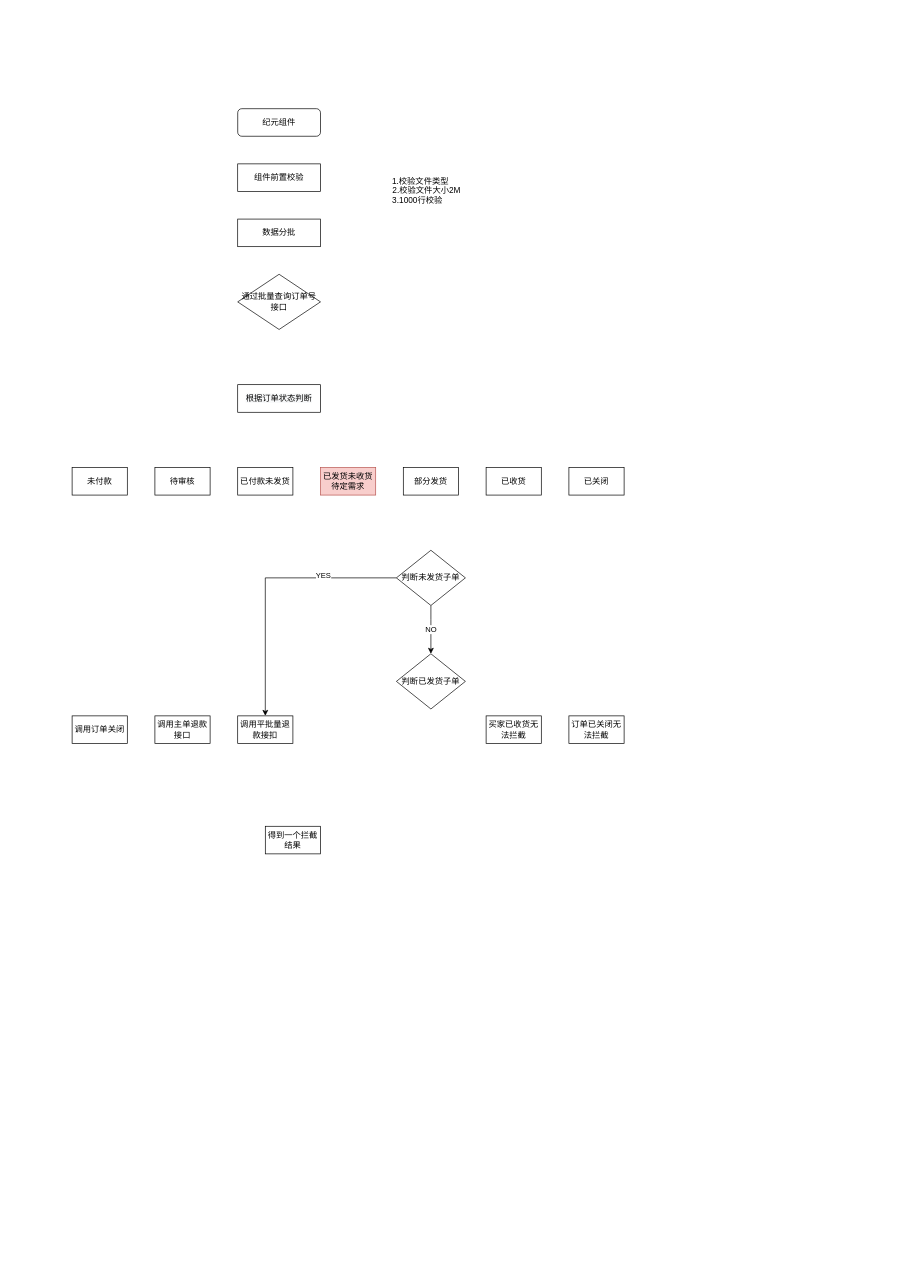
FocusZhouGD/drawprogram keeps this draw.io diagram as OMS订单导入拦截下载.drawio. Above is the earlier version. Source tidied: cells renumbered, new cells numbered last; positions are measured from the earlier drawing's top-left corner, leaving out a move shared by most shapes. Both pictures are drawn from the tidied source at 69%, with x=0, y=0 at pixel (72, 108).
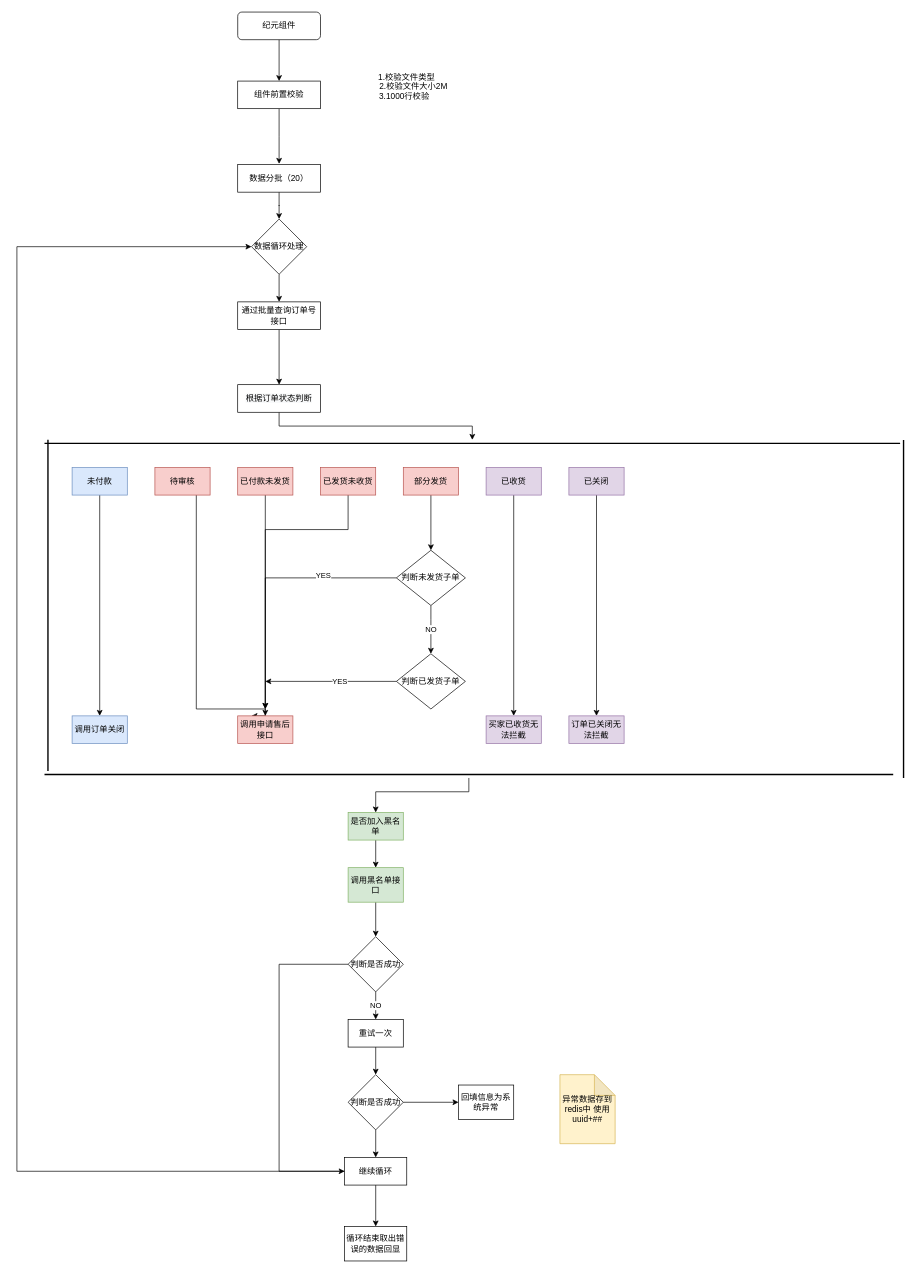
After the change.

Commit message:
Update OMS订单导入拦截下载.drawio

Unchanged cells that the change refers to:
```xml
<mxCell id="9" value="&#10;&#10;&lt;span style=&quot;color: rgb(0, 0, 0); font-family: helvetica; font-size: 12px; font-style: normal; font-weight: 400; letter-spacing: normal; text-align: center; text-indent: 0px; text-transform: none; word-spacing: 0px; background-color: rgb(248, 249, 250); display: inline; float: none;&quot;&gt;根据订单状态判断&lt;/span&gt;&#10;&#10;" style="rounded=0;whiteSpace=wrap;html=1;" parent="1" vertex="1">
  <mxGeometry x="240" y="400" width="120" height="40" as="geometry" />
</mxCell>
<mxCell id="18" value="判断未发货子单" style="rhombus;whiteSpace=wrap;html=1;" parent="1" vertex="1">
  <mxGeometry x="470" y="640" width="100" height="80" as="geometry" />
</mxCell>
<mxCell id="19" value="判断已发货子单" style="rhombus;whiteSpace=wrap;html=1;" parent="1" vertex="1">
  <mxGeometry x="470" y="790" width="100" height="80" as="geometry" />
</mxCell>
```

The edit, as a diff of the source:
```diff
@@
+    <mxCell id="27" style="edgeStyle=orthogonalEdgeStyle;rounded=0;jettySize=auto;html=1;entryX=0.5;entryY=0;entryDx=0;entryDy=0;" parent="1" edge="1" source="2" target="3">
+      <mxGeometry relative="1" as="geometry" />
+    </mxCell>
     <mxCell id="2" value="纪元组件" style="rounded=1;whiteSpace=wrap;html=1;" parent="1" vertex="1">
-      <mxGeometry x="240" width="120" height="40" as="geometry" />
+      <mxGeometry x="240" y="-140" width="120" height="40" as="geometry" />
     </mxCell>
+    <mxCell id="28" style="edgeStyle=orthogonalEdgeStyle;rounded=0;jettySize=auto;html=1;" parent="1" edge="1" source="3">
+      <mxGeometry relative="1" as="geometry">
+        <mxPoint x="300" y="80" as="targetPoint" />
+      </mxGeometry>
+    </mxCell>
     <mxCell id="3" value="组件前置校验" style="rounded=0;whiteSpace=wrap;html=1;" parent="1" vertex="1">
-      <mxGeometry x="240" y="80" width="120" height="40" as="geometry" />
+      <mxGeometry x="240" y="-40" width="120" height="40" as="geometry" />
     </mxCell>
     <mxCell id="4" value="1.校验文件类型" style="text;html=1;strokeColor=none;fillColor=none;align=center;verticalAlign=middle;whiteSpace=wrap;rounded=0;" parent="1" vertex="1">
-      <mxGeometry x="410" y="81" width="190" height="50" as="geometry" />
+      <mxGeometry x="390" y="-70" width="190" height="50" as="geometry" />
     </mxCell>
     <mxCell id="5" value="2.校验文件大小2M&lt;br&gt;3.1000行校验&amp;nbsp; &amp;nbsp; &amp;nbsp; &amp;nbsp;&amp;nbsp;" style="text;html=1;strokeColor=none;fillColor=none;align=center;verticalAlign=middle;whiteSpace=wrap;rounded=0;" parent="1" vertex="1">
-      <mxGeometry x="419" y="100" width="190" height="50" as="geometry" />
+      <mxGeometry x="400" y="-50" width="190" height="50" as="geometry" />
     </mxCell>
-    <mxCell id="6" value="通过批量查询订单号接口" style="rhombus;whiteSpace=wrap;html=1;" parent="1" vertex="1">
-      <mxGeometry x="240" y="240" width="120" height="80" as="geometry" />
-    </mxCell>
+    <mxCell id="29" style="edgeStyle=orthogonalEdgeStyle;rounded=0;jettySize=auto;html=1;entryX=0.5;entryY=0;entryDx=0;entryDy=0;" parent="1" edge="1" source="7" target="59">
+      <mxGeometry relative="1" as="geometry" />
+    </mxCell>
-    <mxCell id="7" value="数据分批" style="rounded=0;whiteSpace=wrap;html=1;" parent="1" vertex="1">
-      <mxGeometry x="240" y="160" width="120" height="40" as="geometry" />
+    <mxCell id="7" value="数据分批（20）" style="rounded=0;whiteSpace=wrap;html=1;" parent="1" vertex="1">
+      <mxGeometry x="240" y="81" width="120" height="40" as="geometry" />
     </mxCell>
+    <mxCell id="30" style="edgeStyle=orthogonalEdgeStyle;rounded=0;jettySize=auto;html=1;entryX=0.5;entryY=0;entryDx=0;entryDy=0;" parent="1" edge="1" source="8" target="21">
+      <mxGeometry relative="1" as="geometry" />
+    </mxCell>
-    <mxCell id="8" value="未付款" style="rounded=0;whiteSpace=wrap;html=1;" parent="1" vertex="1">
+    <mxCell id="8" value="未付款" style="rounded=0;whiteSpace=wrap;html=1;fillColor=#dae8fc;strokeColor=#6c8ebf;" parent="1" vertex="1">
       <mxGeometry y="520" width="80" height="40" as="geometry" />
     </mxCell>
+    <mxCell id="31" style="edgeStyle=orthogonalEdgeStyle;rounded=0;jettySize=auto;html=1;" parent="1" edge="1" source="9" target="48">
+      <mxGeometry relative="1" as="geometry" />
+    </mxCell>
@@
+    <mxCell id="32" style="edgeStyle=orthogonalEdgeStyle;rounded=0;jettySize=auto;html=1;entryX=0.25;entryY=0;entryDx=0;entryDy=0;" parent="1" edge="1" source="10" target="23">
+      <mxGeometry relative="1" as="geometry">
+        <Array as="points">
+          <mxPoint x="180" y="870" />
+          <mxPoint x="280" y="870" />
+          <mxPoint x="280" y="880" />
+        </Array>
+      </mxGeometry>
+    </mxCell>
-    <mxCell id="10" value="待审核" style="rounded=0;whiteSpace=wrap;html=1;" parent="1" vertex="1">
+    <mxCell id="10" value="待审核" style="rounded=0;whiteSpace=wrap;html=1;fillColor=#f8cecc;strokeColor=#b85450;" parent="1" vertex="1">
       <mxGeometry x="120" y="520" width="80" height="40" as="geometry" />
     </mxCell>
+    <mxCell id="33" style="edgeStyle=orthogonalEdgeStyle;rounded=0;jettySize=auto;html=1;" parent="1" edge="1" source="11">
+      <mxGeometry relative="1" as="geometry">
+        <mxPoint x="280" y="870" as="targetPoint" />
+      </mxGeometry>
+    </mxCell>
-    <mxCell id="11" value="已付款未发货" style="rounded=0;whiteSpace=wrap;html=1;" parent="1" vertex="1">
+    <mxCell id="11" value="已付款未发货" style="rounded=0;whiteSpace=wrap;html=1;fillColor=#f8cecc;strokeColor=#b85450;" parent="1" vertex="1">
       <mxGeometry x="240" y="520" width="80" height="40" as="geometry" />
     </mxCell>
+    <mxCell id="34" style="edgeStyle=orthogonalEdgeStyle;rounded=0;jettySize=auto;html=1;" parent="1" edge="1" source="12">
+      <mxGeometry relative="1" as="geometry">
+        <mxPoint x="280" y="870" as="targetPoint" />
+        <Array as="points">
+          <mxPoint x="400" y="610" />
+          <mxPoint x="280" y="610" />
+        </Array>
+      </mxGeometry>
+    </mxCell>
-    <mxCell id="12" value="已发货未收货&lt;br&gt;待定需求" style="rounded=0;whiteSpace=wrap;html=1;fillColor=#f8cecc;strokeColor=#b85450;" parent="1" vertex="1">
+    <mxCell id="12" value="已发货未收货&lt;br&gt;" style="rounded=0;whiteSpace=wrap;html=1;fillColor=#f8cecc;strokeColor=#b85450;" parent="1" vertex="1">
       <mxGeometry x="360" y="520" width="80" height="40" as="geometry" />
     </mxCell>
+    <mxCell id="35" style="edgeStyle=orthogonalEdgeStyle;rounded=0;jettySize=auto;html=1;entryX=0.5;entryY=0;entryDx=0;entryDy=0;" parent="1" edge="1" source="13" target="18">
+      <mxGeometry relative="1" as="geometry" />
+    </mxCell>
-    <mxCell id="13" value="部分发货" style="rounded=0;whiteSpace=wrap;html=1;" parent="1" vertex="1">
+    <mxCell id="13" value="部分发货" style="rounded=0;whiteSpace=wrap;html=1;fillColor=#f8cecc;strokeColor=#b85450;" parent="1" vertex="1">
       <mxGeometry x="480" y="520" width="80" height="40" as="geometry" />
     </mxCell>
+    <mxCell id="36" style="edgeStyle=orthogonalEdgeStyle;rounded=0;jettySize=auto;html=1;entryX=0.5;entryY=0;entryDx=0;entryDy=0;" parent="1" edge="1" source="14" target="24">
+      <mxGeometry relative="1" as="geometry" />
+    </mxCell>
-    <mxCell id="14" value="已收货" style="rounded=0;whiteSpace=wrap;html=1;" parent="1" vertex="1">
+    <mxCell id="14" value="已收货" style="rounded=0;whiteSpace=wrap;html=1;fillColor=#e1d5e7;strokeColor=#9673a6;" parent="1" vertex="1">
       <mxGeometry x="600" y="520" width="80" height="40" as="geometry" />
     </mxCell>
@@
+    <mxCell id="37" style="edgeStyle=orthogonalEdgeStyle;rounded=0;jettySize=auto;html=1;" parent="1" edge="1" source="19">
+      <mxGeometry relative="1" as="geometry">
+        <mxPoint x="280" y="830" as="targetPoint" />
+      </mxGeometry>
+    </mxCell>
+    <mxCell id="38" value="YES" style="edgeLabel;html=1;align=center;verticalAlign=middle;" parent="37" vertex="1">
+      <mxGeometry x="-0.13" relative="1" as="geometry" />
+    </mxCell>
@@
+    <mxCell id="39" style="edgeStyle=orthogonalEdgeStyle;rounded=0;jettySize=auto;html=1;entryX=0.5;entryY=0;entryDx=0;entryDy=0;" parent="1" edge="1" source="20" target="25">
+      <mxGeometry relative="1" as="geometry" />
+    </mxCell>
-    <mxCell id="20" value="已关闭" style="rounded=0;whiteSpace=wrap;html=1;" parent="1" vertex="1">
+    <mxCell id="20" value="已关闭" style="rounded=0;whiteSpace=wrap;html=1;fillColor=#e1d5e7;strokeColor=#9673a6;" parent="1" vertex="1">
       <mxGeometry x="720" y="520" width="80" height="40" as="geometry" />
     </mxCell>
-    <mxCell id="21" value="调用订单关闭" style="rounded=0;whiteSpace=wrap;html=1;" parent="1" vertex="1">
+    <mxCell id="21" value="调用订单关闭" style="rounded=0;whiteSpace=wrap;html=1;fillColor=#dae8fc;strokeColor=#6c8ebf;" parent="1" vertex="1">
       <mxGeometry y="880" width="80" height="40" as="geometry" />
     </mxCell>
-    <mxCell id="22" value="调用主单退款接口" style="rounded=0;whiteSpace=wrap;html=1;" parent="1" vertex="1">
-      <mxGeometry x="120" y="880" width="80" height="40" as="geometry" />
-    </mxCell>
-    <mxCell id="23" value="调用平批量退款接扣" style="rounded=0;whiteSpace=wrap;html=1;" parent="1" vertex="1">
+    <mxCell id="23" value="调用申请售后接口" style="rounded=0;whiteSpace=wrap;html=1;fillColor=#f8cecc;strokeColor=#b85450;" parent="1" vertex="1">
       <mxGeometry x="240" y="880" width="80" height="40" as="geometry" />
     </mxCell>
-    <mxCell id="24" value="买家已收货无法拦截" style="rounded=0;whiteSpace=wrap;html=1;" parent="1" vertex="1">
+    <mxCell id="24" value="买家已收货无法拦截" style="rounded=0;whiteSpace=wrap;html=1;fillColor=#e1d5e7;strokeColor=#9673a6;" parent="1" vertex="1">
       <mxGeometry x="600" y="880" width="80" height="40" as="geometry" />
     </mxCell>
-    <mxCell id="25" value="订单已关闭无法拦截" style="rounded=0;whiteSpace=wrap;html=1;" parent="1" vertex="1">
+    <mxCell id="25" value="订单已关闭无法拦截" style="rounded=0;whiteSpace=wrap;html=1;fillColor=#e1d5e7;strokeColor=#9673a6;" parent="1" vertex="1">
       <mxGeometry x="720" y="880" width="80" height="40" as="geometry" />
     </mxCell>
+    <mxCell id="40" style="edgeStyle=orthogonalEdgeStyle;rounded=0;jettySize=auto;html=1;entryX=0.5;entryY=0;entryDx=0;entryDy=0;" parent="1" edge="1" source="26" target="64">
+      <mxGeometry relative="1" as="geometry" />
+    </mxCell>
-    <mxCell id="26" value="得到一个拦截结果" style="rounded=0;whiteSpace=wrap;html=1;" parent="1" vertex="1">
-      <mxGeometry x="280" y="1040" width="80" height="40" as="geometry" />
+    <mxCell id="26" value="重试一次" style="rounded=0;whiteSpace=wrap;html=1;" parent="1" vertex="1">
+      <mxGeometry x="400" y="1320" width="80" height="40" as="geometry" />
     </mxCell>
+    <mxCell id="41" style="rounded=0;whiteSpace=wrap;html=1;" parent="1" vertex="1">
+      <mxGeometry x="440" y="370" height="10" as="geometry" />
+    </mxCell>
+    <mxCell id="42" style="edgeStyle=orthogonalEdgeStyle;rounded=0;jettySize=auto;html=1;entryX=0.5;entryY=0;entryDx=0;entryDy=0;" parent="1" edge="1" source="43" target="45">
+      <mxGeometry relative="1" as="geometry" />
+    </mxCell>
+    <mxCell id="43" value="是否加入黑名单" style="rounded=0;whiteSpace=wrap;html=1;fillColor=#d5e8d4;strokeColor=#82b366;" parent="1" vertex="1">
+      <mxGeometry x="400" y="1020" width="80" height="40" as="geometry" />
+    </mxCell>
+    <mxCell id="44" style="edgeStyle=orthogonalEdgeStyle;rounded=0;jettySize=auto;html=1;entryX=0.5;entryY=0;entryDx=0;entryDy=0;" parent="1" edge="1" source="45" target="53">
+      <mxGeometry relative="1" as="geometry" />
+    </mxCell>
+    <mxCell id="45" value="调用黑名单接口" style="rounded=0;whiteSpace=wrap;html=1;fillColor=#d5e8d4;strokeColor=#82b366;" parent="1" vertex="1">
+      <mxGeometry x="400" y="1100" width="80" height="50" as="geometry" />
+    </mxCell>
+    <mxCell id="46" style="line;strokeWidth=2;direction=south;html=1;" parent="1" vertex="1">
+      <mxGeometry x="-40" y="480" width="10" height="480" as="geometry" />
+    </mxCell>
+    <mxCell id="47" style="line;strokeWidth=2;direction=south;html=1;" parent="1" vertex="1">
+      <mxGeometry x="1200" y="480" width="10" height="490" as="geometry" />
+    </mxCell>
+    <mxCell id="48" style="line;strokeWidth=2;html=1;" parent="1" vertex="1">
+      <mxGeometry x="-40" y="480" width="1240" height="10" as="geometry" />
+    </mxCell>
+    <mxCell id="49" style="edgeStyle=orthogonalEdgeStyle;rounded=0;jettySize=auto;html=1;" parent="1" edge="1" source="50">
+      <mxGeometry relative="1" as="geometry">
+        <mxPoint x="440" y="1020" as="targetPoint" />
+        <Array as="points">
+          <mxPoint x="575" y="990" />
+          <mxPoint x="440" y="990" />
+        </Array>
+      </mxGeometry>
+    </mxCell>
+    <mxCell id="50" style="line;strokeWidth=2;html=1;" parent="1" vertex="1">
+      <mxGeometry x="-40" y="960" width="1230" height="10" as="geometry" />
+    </mxCell>
+    <mxCell id="51" value="NO" style="edgeStyle=orthogonalEdgeStyle;rounded=0;jettySize=auto;html=1;entryX=0.5;entryY=0;entryDx=0;entryDy=0;" parent="1" edge="1" source="53" target="26">
+      <mxGeometry relative="1" as="geometry" />
+    </mxCell>
+    <mxCell id="52" style="edgeStyle=orthogonalEdgeStyle;rounded=0;jettySize=auto;html=1;entryX=0;entryY=0.5;entryDx=0;entryDy=0;" parent="1" edge="1" source="53" target="56">
+      <mxGeometry relative="1" as="geometry">
+        <Array as="points">
+          <mxPoint x="300" y="1240" />
+          <mxPoint x="300" y="1540" />
+        </Array>
+      </mxGeometry>
+    </mxCell>
+    <mxCell id="53" value="判断是否成功" style="rhombus;whiteSpace=wrap;html=1;" parent="1" vertex="1">
+      <mxGeometry x="400" y="1200" width="80" height="80" as="geometry" />
+    </mxCell>
+    <mxCell id="54" style="edgeStyle=orthogonalEdgeStyle;rounded=0;jettySize=auto;html=1;entryX=0;entryY=0.5;entryDx=0;entryDy=0;" parent="1" edge="1" source="56" target="59">
+      <mxGeometry relative="1" as="geometry">
+        <Array as="points">
+          <mxPoint x="-80" y="1540" />
+          <mxPoint x="-80" y="200" />
+        </Array>
+      </mxGeometry>
+    </mxCell>
+    <mxCell id="55" style="edgeStyle=orthogonalEdgeStyle;rounded=0;jettySize=auto;html=1;" parent="1" edge="1" source="56" target="65">
+      <mxGeometry relative="1" as="geometry" />
+    </mxCell>
+    <mxCell id="56" value="继续循环" style="rounded=0;whiteSpace=wrap;html=1;" parent="1" vertex="1">
+      <mxGeometry x="395" y="1520" width="90" height="40" as="geometry" />
+    </mxCell>
+    <mxCell id="57" value="回填信息为系统异常" style="rounded=0;whiteSpace=wrap;html=1;" parent="1" vertex="1">
+      <mxGeometry x="560" y="1415" width="80" height="50" as="geometry" />
+    </mxCell>
+    <mxCell id="58" style="edgeStyle=orthogonalEdgeStyle;rounded=0;jettySize=auto;html=1;entryX=0.5;entryY=0;entryDx=0;entryDy=0;" parent="1" edge="1" source="59" target="6">
+      <mxGeometry relative="1" as="geometry" />
+    </mxCell>
+    <mxCell id="59" value="数据循环处理" style="rhombus;whiteSpace=wrap;html=1;" parent="1" vertex="1">
+      <mxGeometry x="260" y="160" width="80" height="80" as="geometry" />
+    </mxCell>
+    <mxCell id="60" style="edgeStyle=orthogonalEdgeStyle;rounded=0;jettySize=auto;html=1;" parent="1" edge="1" source="6" target="9">
+      <mxGeometry relative="1" as="geometry" />
+    </mxCell>
+    <mxCell id="6" value="&lt;span&gt;通过批量查询订单号接口&lt;/span&gt;" style="rounded=0;whiteSpace=wrap;html=1;" parent="1" vertex="1">
+      <mxGeometry x="240" y="280" width="120" height="40" as="geometry" />
+    </mxCell>
+    <mxCell id="61" value="异常数据存到redis中 使用uuid+##" style="shape=note;whiteSpace=wrap;html=1;backgroundOutline=1;darkOpacity=0.05;fillColor=#fff2cc;strokeColor=#d6b656;" parent="1" vertex="1">
+      <mxGeometry x="707" y="1400" width="80" height="100" as="geometry" />
+    </mxCell>
+    <mxCell id="62" style="edgeStyle=orthogonalEdgeStyle;rounded=0;jettySize=auto;html=1;entryX=0;entryY=0.5;entryDx=0;entryDy=0;" parent="1" edge="1" source="64" target="57">
+      <mxGeometry relative="1" as="geometry" />
+    </mxCell>
+    <mxCell id="63" style="edgeStyle=orthogonalEdgeStyle;rounded=0;jettySize=auto;html=1;" parent="1" edge="1" source="64" target="56">
+      <mxGeometry relative="1" as="geometry" />
+    </mxCell>
+    <mxCell id="64" value="判断是否成功" style="rhombus;whiteSpace=wrap;html=1;" parent="1" vertex="1">
+      <mxGeometry x="400" y="1400" width="80" height="80" as="geometry" />
+    </mxCell>
+    <mxCell id="65" value="循环结束取出错误的数据回显" style="rounded=0;whiteSpace=wrap;html=1;" parent="1" vertex="1">
+      <mxGeometry x="395" y="1620" width="90" height="50" as="geometry" />
+    </mxCell>
```
